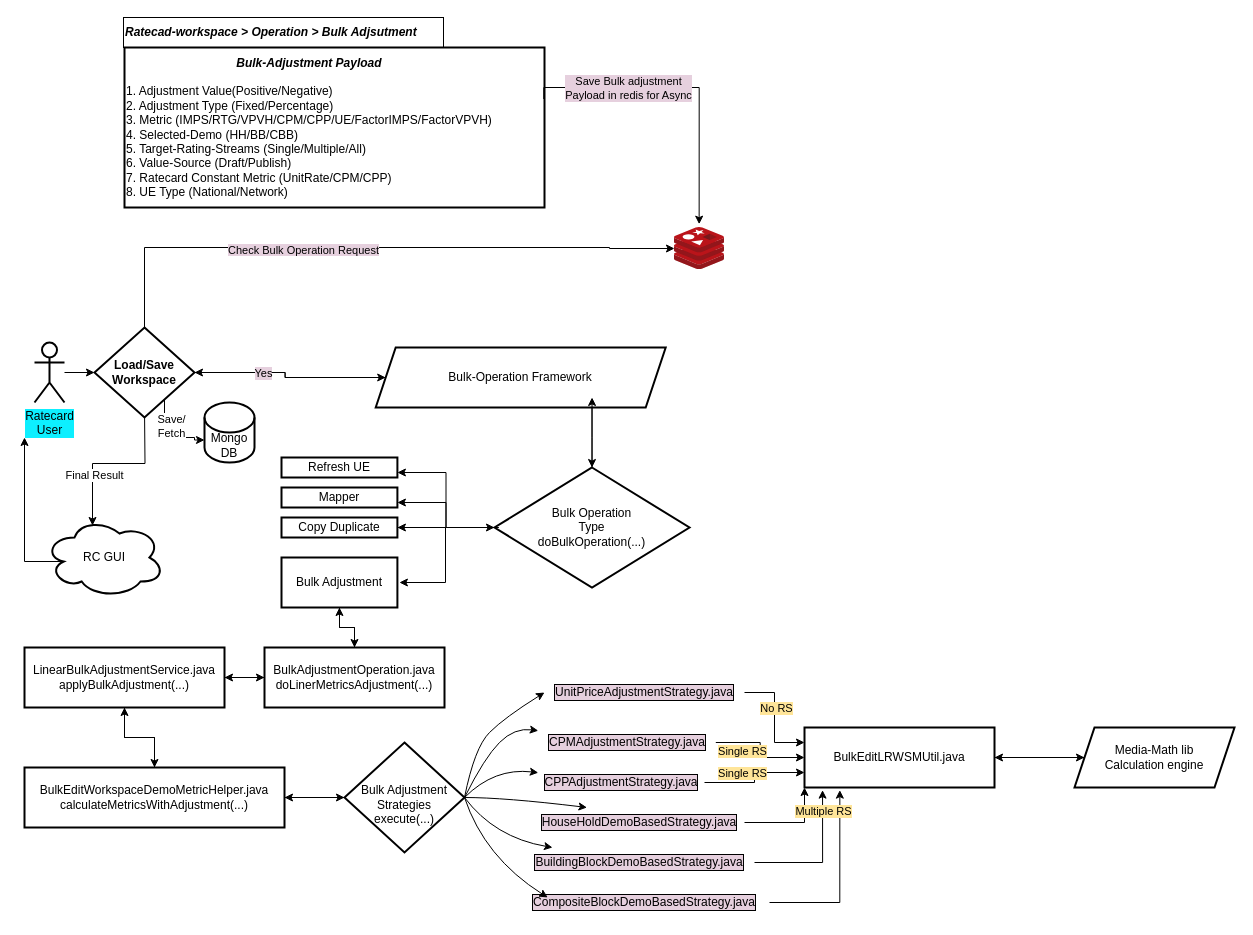
Above: BulkAdjustment.drawio in rishant/draw.io (draw.io), before the change. Source tidied: cells renumbered, new cells numbered last; positions are measured from the earlier drawing's top-left corner, leaving out a move shared by most shapes. Both pictures are drawn from the tidied source at 100%, with x=0, y=0 at pixel (24, 17).
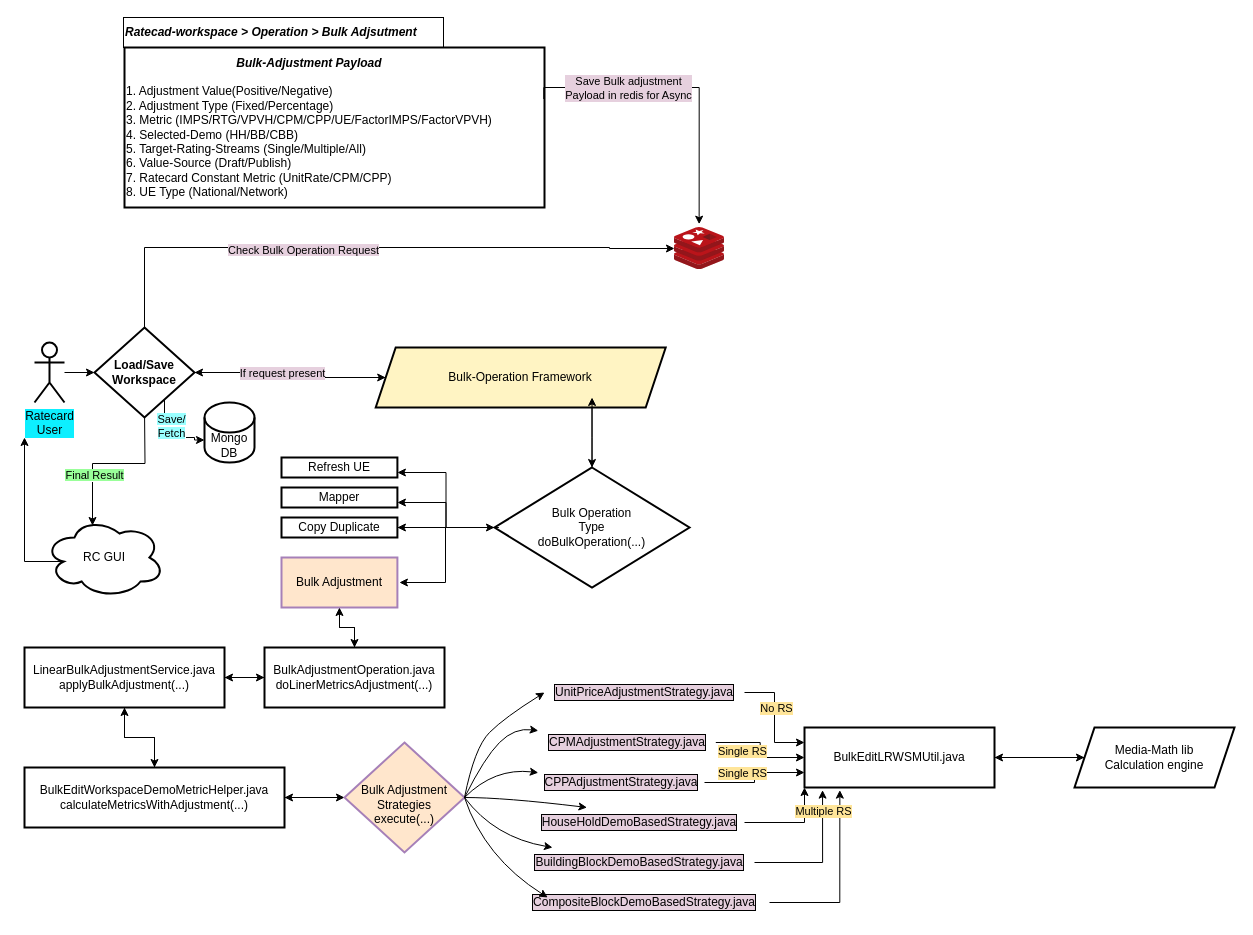
The same diagram, later.

The change refers to these unchanged cells:
```xml
<mxCell id="17" style="edgeStyle=orthogonalEdgeStyle;rounded=0;jettySize=auto;html=1;entryX=0;entryY=0.5;entryDx=0;entryDy=0;labelBackgroundColor=#E6D0DE;" parent="1" edge="1" source="23" target="8">
  <mxGeometry relative="1" as="geometry" />
</mxCell>
<mxCell id="19" style="edgeStyle=orthogonalEdgeStyle;rounded=0;jettySize=auto;html=1;labelBackgroundColor=#E6D0DE;entryX=0.4;entryY=0.1;entryDx=0;entryDy=0;entryPerimeter=0;" parent="1" edge="1" target="27">
  <mxGeometry relative="1" as="geometry">
    <mxPoint x="120" y="391" as="sourcePoint" />
  </mxGeometry>
</mxCell>
<mxCell id="21" style="edgeStyle=orthogonalEdgeStyle;rounded=0;jettySize=auto;html=1;labelBackgroundColor=#E6D0DE;entryX=0;entryY=0;entryDx=0;entryDy=37.5;entryPerimeter=0;" parent="1" edge="1" target="59">
  <mxGeometry relative="1" as="geometry">
    <mxPoint x="140" y="377" as="sourcePoint" />
    <Array as="points">
      <mxPoint x="140" y="420" />
      <mxPoint x="170" y="420" />
      <mxPoint x="170" y="423" />
    </Array>
  </mxGeometry>
</mxCell>
<mxCell id="64" style="group;" parent="1" vertex="1">
  <mxGeometry x="257" y="440" width="168" height="150" as="geometry" />
</mxCell>
```

Change to the diagram source:
```diff
@@
-    <mxCell id="8" value="Bulk-Operation Framework" style="shape=parallelogram;perimeter=parallelogramPerimeter;whiteSpace=wrap;html=1;fixedSize=1;rounded=0;strokeColor=default;strokeWidth=2;" parent="1" vertex="1">
+    <mxCell id="8" value="Bulk-Operation Framework" style="shape=parallelogram;perimeter=parallelogramPerimeter;whiteSpace=wrap;html=1;fixedSize=1;rounded=0;strokeColor=default;strokeWidth=2;labelBackgroundColor=#FFF4C3;fillColor=#FFF4C3;" parent="1" vertex="1">
       <mxGeometry x="351.2" y="330" width="290" height="60" as="geometry" />
     </mxCell>
@@
-    <mxCell id="18" value="Yes" style="edgeLabel;html=1;align=center;verticalAlign=middle;labelBackgroundColor=#E6D0DE;" parent="17" vertex="1">
+    <mxCell id="18" value="If request present" style="edgeLabel;html=1;align=center;verticalAlign=middle;labelBackgroundColor=#E6D0DE;" parent="17" vertex="1">
       <mxGeometry x="-0.34" y="-3" relative="1" as="geometry">
-        <mxPoint x="3" y="-3" as="offset" />
+        <mxPoint x="22" y="-3" as="offset" />
       </mxGeometry>
     </mxCell>
@@
-    <mxCell id="20" value="Final Result" style="edgeLabel;html=1;align=center;verticalAlign=middle;" parent="19" vertex="1">
+    <mxCell id="20" value="&lt;span style=&quot;background-color: rgb(153 , 255 , 153)&quot;&gt;Final Result&lt;/span&gt;" style="edgeLabel;html=1;align=center;verticalAlign=middle;" parent="19" vertex="1">
       <mxGeometry x="0.4" y="1" relative="1" as="geometry" />
     </mxCell>
@@
-    <mxCell id="22" value="Save/&lt;br&gt;Fetch" style="edgeLabel;html=1;align=center;verticalAlign=middle;" parent="21" vertex="1">
+    <mxCell id="22" value="&lt;span style=&quot;background-color: rgb(153 , 255 , 255)&quot;&gt;Save/&lt;br&gt;Fetch&lt;/span&gt;" style="edgeLabel;html=1;align=center;verticalAlign=middle;" parent="21" vertex="1">
       <mxGeometry x="-0.2" relative="1" as="geometry">
         <mxPoint x="6" y="-3" as="offset" />
       </mxGeometry>
     </mxCell>
@@
-    <mxCell id="39" value="&lt;br&gt;Bulk Adjustment&lt;br&gt;Strategies&lt;br&gt;execute(...)" style="rhombus;whiteSpace=wrap;html=1;rounded=0;labelBackgroundColor=none;strokeColor=default;strokeWidth=2;" parent="1" vertex="1">
+    <mxCell id="39" value="&lt;br&gt;Bulk Adjustment&lt;br&gt;Strategies&lt;br&gt;execute(...)" style="rhombus;whiteSpace=wrap;html=1;rounded=0;labelBackgroundColor=none;strokeColor=#A680B8;strokeWidth=2;fillColor=#ffe6cc;" parent="1" vertex="1">
       <mxGeometry x="320" y="725" width="120" height="110" as="geometry" />
     </mxCell>
@@
-    <mxCell id="69" value="Bulk Adjustment" style="rounded=0;whiteSpace=wrap;html=1;labelBackgroundColor=none;strokeColor=default;strokeWidth=2;" parent="64" vertex="1">
+    <mxCell id="69" value="Bulk Adjustment" style="rounded=0;whiteSpace=wrap;html=1;labelBackgroundColor=none;strokeColor=#A680B8;strokeWidth=2;fillColor=#ffe6cc;" parent="64" vertex="1">
       <mxGeometry y="100" width="115.9" height="50" as="geometry" />
     </mxCell>
```
